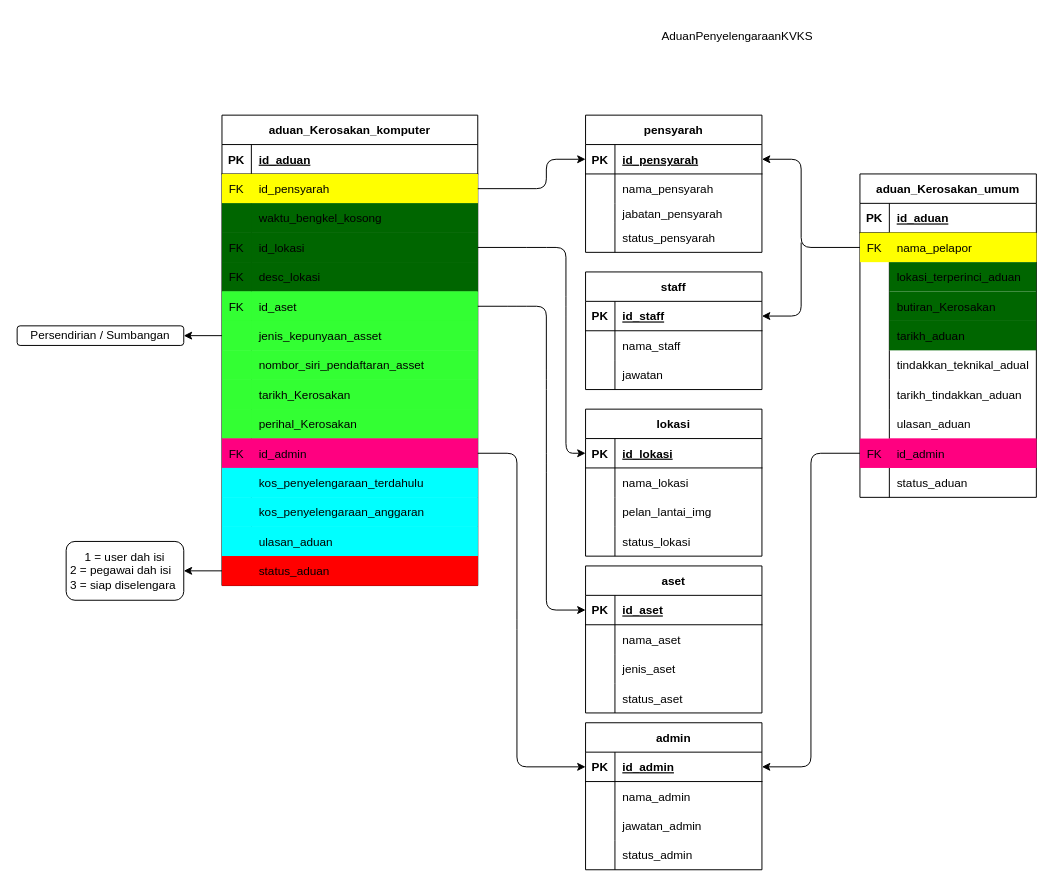
Danialdev01/AduanPenyelengaraanKVKS keeps this draw.io diagram as src/documentation/erd.drawio. Above is the earlier version. Source tidied: cells renumbered, new cells numbered last; positions are measured from the earlier drawing's top-left corner, leaving out a move shared by most shapes. Both pictures are drawn from the tidied source at 98%, with x=0, y=0 at pixel (17, 17).
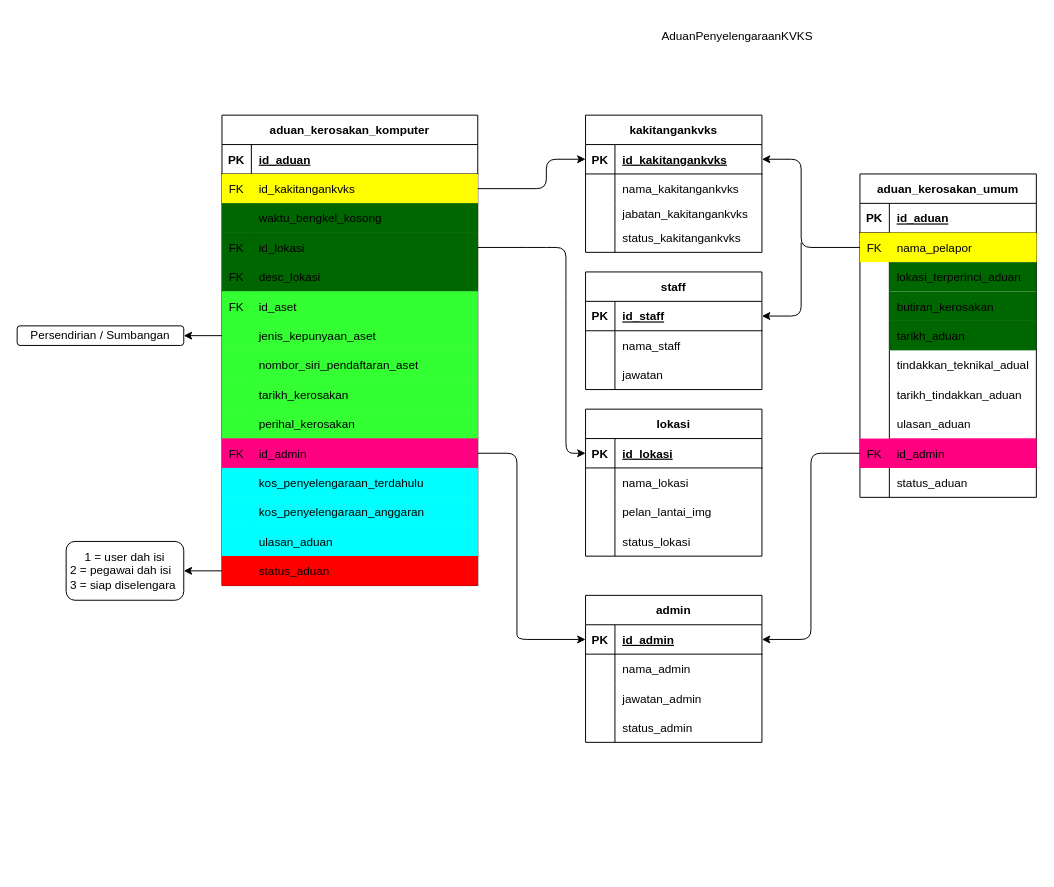
Above is the later version.

The change refers to these unchanged cells:
```xml
<mxCell id="8" style="shape=tableRow;horizontal=0;startSize=0;swimlaneHead=0;swimlaneBody=0;fillColor=#FFFF00;points=[[0,0.5],[1,0.5]];portConstraint=eastwest;top=0;left=0;right=0;bottom=0;" parent="4" vertex="1">
  <mxGeometry y="60" width="261" height="30" as="geometry" />
</mxCell>
<mxCell id="20" style="shape=tableRow;horizontal=0;startSize=0;swimlaneHead=0;swimlaneBody=0;fillColor=#33FF33;points=[[0,0.5],[1,0.5]];portConstraint=eastwest;top=0;left=0;right=0;bottom=0;" parent="4" vertex="1">
  <mxGeometry y="180" width="261" height="30" as="geometry" />
</mxCell>
<mxCell id="23" style="shape=tableRow;horizontal=0;startSize=0;swimlaneHead=0;swimlaneBody=0;fillColor=#33FF33;points=[[0,0.5],[1,0.5]];portConstraint=eastwest;top=0;left=0;right=0;bottom=0;" parent="4" vertex="1">
  <mxGeometry y="210" width="261" height="30" as="geometry" />
</mxCell>
<mxCell id="26" style="shape=tableRow;horizontal=0;startSize=0;swimlaneHead=0;swimlaneBody=0;fillColor=#33FF33;top=0;left=0;right=0;bottom=0;" parent="4" vertex="1">
  <mxGeometry y="240" width="261" height="30" as="geometry" />
</mxCell>
<mxCell id="29" style="shape=tableRow;horizontal=0;startSize=0;swimlaneHead=0;swimlaneBody=0;fillColor=#33FF33;top=0;left=0;right=0;bottom=0;" parent="4" vertex="1">
  <mxGeometry y="270" width="261" height="30" as="geometry" />
</mxCell>
<mxCell id="32" style="shape=tableRow;horizontal=0;startSize=0;swimlaneHead=0;swimlaneBody=0;fillColor=#33FF33;top=0;left=0;right=0;bottom=0;" parent="4" vertex="1">
  <mxGeometry y="300" width="261" height="30" as="geometry" />
</mxCell>
<mxCell id="35" style="shape=tableRow;horizontal=0;startSize=0;swimlaneHead=0;swimlaneBody=0;fillColor=#FF0080;points=[[0,0.5],[1,0.5]];portConstraint=eastwest;top=0;left=0;right=0;bottom=0;" parent="4" vertex="1">
  <mxGeometry y="330" width="261" height="30" as="geometry" />
</mxCell>
<mxCell id="51" style="shape=tableRow;horizontal=0;startSize=0;swimlaneHead=0;swimlaneBody=0;fillColor=none;points=[[0,0.5],[1,0.5]];portConstraint=eastwest;top=0;left=0;right=0;bottom=1;" parent="50" vertex="1">
  <mxGeometry y="30" width="180" height="30" as="geometry" />
</mxCell>
<mxCell id="54" style="shape=tableRow;horizontal=0;startSize=0;swimlaneHead=0;swimlaneBody=0;fillColor=none;top=0;left=0;right=0;bottom=0;" parent="50" vertex="1">
  <mxGeometry y="60" width="180" height="30" as="geometry" />
</mxCell>
<mxCell id="57" style="shape=tableRow;horizontal=0;startSize=0;swimlaneHead=0;swimlaneBody=0;fillColor=none;top=0;left=0;right=0;bottom=0;" parent="50" vertex="1">
  <mxGeometry y="90" width="180" height="20" as="geometry" />
</mxCell>
<mxCell id="60" style="shape=tableRow;horizontal=0;startSize=0;swimlaneHead=0;swimlaneBody=0;fillColor=none;top=0;left=0;right=0;bottom=0;" parent="50" vertex="1">
  <mxGeometry y="110" width="180" height="30" as="geometry" />
</mxCell>
<mxCell id="65" style="shape=tableRow;horizontal=0;startSize=0;swimlaneHead=0;swimlaneBody=0;fillColor=none;points=[[0,0.5],[1,0.5]];portConstraint=eastwest;top=0;left=0;right=0;bottom=1;" parent="64" vertex="1">
  <mxGeometry y="30" width="180" height="30" as="geometry" />
</mxCell>
<mxCell id="119" style="shape=tableRow;horizontal=0;startSize=0;swimlaneHead=0;swimlaneBody=0;fillColor=none;top=0;left=0;right=0;bottom=0;" parent="109" vertex="1">
  <mxGeometry y="120" width="180" height="30" as="geometry" />
</mxCell>
<mxCell id="134" style="shape=tableRow;horizontal=0;startSize=0;swimlaneHead=0;swimlaneBody=0;fillColor=#FF0080;points=[[0,0.5],[1,0.5]];portConstraint=eastwest;top=0;left=0;right=0;bottom=0;" parent="109" vertex="1">
  <mxGeometry y="270" width="180" height="30" as="geometry" />
</mxCell>
```

The edit, as a diff of the source:
```diff
@@
-    <mxCell id="4" value="aduan_Kerosakan_komputer" style="shape=table;startSize=30;childLayout=tableLayout;rowLines=0;fontStyle=1;align=center;" parent="1" vertex="1">
+    <mxCell id="4" value="aduan_kerosakan_komputer" style="shape=table;startSize=30;childLayout=tableLayout;rowLines=0;fontStyle=1;align=center;" parent="1" vertex="1">
       <mxGeometry x="209" y="100" width="261" height="480" as="geometry" />
     </mxCell>
@@
-    <mxCell id="10" value="id_pensyarah" style="shape=partialRectangle;fillColor=#FFFF00;top=0;left=0;bottom=0;right=0;align=left;spacingLeft=6;overflow=hidden;" parent="8" vertex="1">
+    <mxCell id="10" value="id_kakitangankvks" style="shape=partialRectangle;fillColor=#FFFF00;top=0;left=0;bottom=0;right=0;align=left;spacingLeft=6;overflow=hidden;" parent="8" vertex="1">
       <mxGeometry x="30" width="231" height="30" as="geometry" />
     </mxCell>
@@
-    <mxCell id="25" value="jenis_kepunyaan_asset" style="shape=partialRectangle;fillColor=#33FF33;top=0;left=0;bottom=0;right=0;align=left;spacingLeft=6;overflow=hidden;" parent="23" vertex="1">
+    <mxCell id="25" value="jenis_kepunyaan_aset" style="shape=partialRectangle;fillColor=#33FF33;top=0;left=0;bottom=0;right=0;align=left;spacingLeft=6;overflow=hidden;" parent="23" vertex="1">
       <mxGeometry x="30" width="231" height="30" as="geometry" />
     </mxCell>
@@
-    <mxCell id="28" value="nombor_siri_pendaftaran_asset" style="shape=partialRectangle;fillColor=#33FF33;top=0;left=0;bottom=0;right=0;align=left;spacingLeft=6;overflow=hidden;" parent="26" vertex="1">
+    <mxCell id="28" value="nombor_siri_pendaftaran_aset" style="shape=partialRectangle;fillColor=#33FF33;top=0;left=0;bottom=0;right=0;align=left;spacingLeft=6;overflow=hidden;" parent="26" vertex="1">
       <mxGeometry x="30" width="231" height="30" as="geometry" />
     </mxCell>
@@
-    <mxCell id="31" value="tarikh_Kerosakan" style="shape=partialRectangle;fillColor=#33FF33;top=0;left=0;bottom=0;right=0;align=left;spacingLeft=6;overflow=hidden;" parent="29" vertex="1">
+    <mxCell id="31" value="tarikh_kerosakan" style="shape=partialRectangle;fillColor=#33FF33;top=0;left=0;bottom=0;right=0;align=left;spacingLeft=6;overflow=hidden;" parent="29" vertex="1">
       <mxGeometry x="30" width="231" height="30" as="geometry" />
     </mxCell>
@@
-    <mxCell id="34" value="perihal_Kerosakan" style="shape=partialRectangle;fillColor=#33FF33;top=0;left=0;bottom=0;right=0;align=left;spacingLeft=6;overflow=hidden;" parent="32" vertex="1">
+    <mxCell id="34" value="perihal_kerosakan" style="shape=partialRectangle;fillColor=#33FF33;top=0;left=0;bottom=0;right=0;align=left;spacingLeft=6;overflow=hidden;" parent="32" vertex="1">
       <mxGeometry x="30" width="231" height="30" as="geometry" />
     </mxCell>
@@
-    <mxCell id="50" value="pensyarah" style="shape=table;startSize=30;childLayout=tableLayout;rowLines=0;fontStyle=1;align=center;" parent="1" vertex="1">
+    <mxCell id="50" value="kakitangankvks" style="shape=table;startSize=30;childLayout=tableLayout;rowLines=0;fontStyle=1;align=center;" parent="1" vertex="1">
       <mxGeometry x="580" y="100" width="180" height="140" as="geometry" />
     </mxCell>
@@
-    <mxCell id="53" value="id_pensyarah" style="shape=partialRectangle;fillColor=none;top=0;left=0;bottom=0;right=0;align=left;spacingLeft=6;fontStyle=5;overflow=hidden;" parent="51" vertex="1">
+    <mxCell id="53" value="id_kakitangankvks" style="shape=partialRectangle;fillColor=none;top=0;left=0;bottom=0;right=0;align=left;spacingLeft=6;fontStyle=5;overflow=hidden;" parent="51" vertex="1">
       <mxGeometry x="30" width="150" height="30" as="geometry" />
     </mxCell>
@@
-    <mxCell id="56" value="nama_pensyarah" style="shape=partialRectangle;fillColor=none;top=0;left=0;bottom=0;right=0;align=left;spacingLeft=6;overflow=hidden;" parent="54" vertex="1">
+    <mxCell id="56" value="nama_kakitangankvks" style="shape=partialRectangle;fillColor=none;top=0;left=0;bottom=0;right=0;align=left;spacingLeft=6;overflow=hidden;" parent="54" vertex="1">
       <mxGeometry x="30" width="150" height="30" as="geometry" />
     </mxCell>
@@
-    <mxCell id="59" value="jabatan_pensyarah" style="shape=partialRectangle;fillColor=none;top=0;left=0;bottom=0;right=0;align=left;spacingLeft=6;overflow=hidden;" parent="57" vertex="1">
+    <mxCell id="59" value="jabatan_kakitangankvks" style="shape=partialRectangle;fillColor=none;top=0;left=0;bottom=0;right=0;align=left;spacingLeft=6;overflow=hidden;" parent="57" vertex="1">
       <mxGeometry x="30" width="150" height="20" as="geometry" />
     </mxCell>
@@
-    <mxCell id="62" value="status_pensyarah" style="shape=partialRectangle;fillColor=none;top=0;left=0;bottom=0;right=0;align=left;spacingLeft=6;overflow=hidden;" parent="60" vertex="1">
+    <mxCell id="62" value="status_kakitangankvks" style="shape=partialRectangle;fillColor=none;top=0;left=0;bottom=0;right=0;align=left;spacingLeft=6;overflow=hidden;" parent="60" vertex="1">
       <mxGeometry x="30" width="150" height="30" as="geometry" />
     </mxCell>
@@
     <mxCell id="64" value="admin" style="shape=table;startSize=30;childLayout=tableLayout;rowLines=0;fontStyle=1;align=center;fillColor=#FFFFFF;" parent="1" vertex="1">
-      <mxGeometry x="580" y="720" width="180" height="150" as="geometry" />
+      <mxGeometry x="580" y="590" width="180" height="150" as="geometry" />
     </mxCell>
@@
     <mxCell id="77" style="edgeStyle=none;html=1;exitX=1;exitY=0.5;exitDx=0;exitDy=0;entryX=0;entryY=0.5;entryDx=0;entryDy=0;" parent="1" edge="1" source="35" target="65">
       <mxGeometry relative="1" as="geometry">
         <Array as="points">
           <mxPoint x="510" y="445" />
           <mxPoint x="510" y="615" />
-          <mxPoint x="510" y="765" />
+          <mxPoint x="510" y="635" />
         </Array>
       </mxGeometry>
     </mxCell>
@@
-    <mxCell id="94" value="aset" style="shape=table;startSize=30;childLayout=tableLayout;rowLines=0;fontStyle=1;align=center;fillColor=#FFFFFF;" parent="1" vertex="1">
-      <mxGeometry x="580" y="560" width="180" height="150" as="geometry" />
-    </mxCell>
-    <mxCell id="95" style="shape=tableRow;horizontal=0;startSize=0;swimlaneHead=0;swimlaneBody=0;fillColor=none;points=[[0,0.5],[1,0.5]];portConstraint=eastwest;top=0;left=0;right=0;bottom=1;" parent="94" vertex="1">
-      <mxGeometry y="30" width="180" height="30" as="geometry" />
-    </mxCell>
-    <mxCell id="96" value="PK" style="shape=partialRectangle;fillColor=none;top=0;left=0;bottom=0;right=0;fontStyle=1;overflow=hidden;" parent="95" vertex="1">
-      <mxGeometry width="30" height="30" as="geometry" />
-    </mxCell>
-    <mxCell id="97" value="id_aset" style="shape=partialRectangle;fillColor=none;top=0;left=0;bottom=0;right=0;align=left;spacingLeft=6;fontStyle=5;overflow=hidden;" parent="95" vertex="1">
-      <mxGeometry x="30" width="150" height="30" as="geometry" />
-    </mxCell>
-    <mxCell id="98" style="shape=tableRow;horizontal=0;startSize=0;swimlaneHead=0;swimlaneBody=0;fillColor=none;top=0;left=0;right=0;bottom=0;" parent="94" vertex="1">
-      <mxGeometry y="60" width="180" height="30" as="geometry" />
-    </mxCell>
-    <mxCell id="99" style="shape=partialRectangle;fillColor=none;top=0;left=0;bottom=0;right=0;overflow=hidden;" parent="98" vertex="1">
-      <mxGeometry width="30" height="30" as="geometry" />
-    </mxCell>
-    <mxCell id="100" value="nama_aset" style="shape=partialRectangle;fillColor=none;top=0;left=0;bottom=0;right=0;align=left;spacingLeft=6;overflow=hidden;" parent="98" vertex="1">
-      <mxGeometry x="30" width="150" height="30" as="geometry" />
-    </mxCell>
-    <mxCell id="101" style="shape=tableRow;horizontal=0;startSize=0;swimlaneHead=0;swimlaneBody=0;fillColor=none;top=0;left=0;right=0;bottom=0;" parent="94" vertex="1">
-      <mxGeometry y="90" width="180" height="30" as="geometry" />
-    </mxCell>
-    <mxCell id="102" style="shape=partialRectangle;fillColor=none;top=0;left=0;bottom=0;right=0;overflow=hidden;" parent="101" vertex="1">
-      <mxGeometry width="30" height="30" as="geometry" />
-    </mxCell>
-    <mxCell id="103" value="jenis_aset" style="shape=partialRectangle;fillColor=none;top=0;left=0;bottom=0;right=0;align=left;spacingLeft=6;overflow=hidden;" parent="101" vertex="1">
-      <mxGeometry x="30" width="150" height="30" as="geometry" />
-    </mxCell>
-    <mxCell id="104" style="shape=tableRow;horizontal=0;startSize=0;swimlaneHead=0;swimlaneBody=0;fillColor=none;top=0;left=0;right=0;bottom=0;" parent="94" vertex="1">
-      <mxGeometry y="120" width="180" height="30" as="geometry" />
-    </mxCell>
-    <mxCell id="105" style="shape=partialRectangle;fillColor=none;top=0;left=0;bottom=0;right=0;overflow=hidden;" parent="104" vertex="1">
-      <mxGeometry width="30" height="30" as="geometry" />
-    </mxCell>
-    <mxCell id="106" value="status_aset" style="shape=partialRectangle;fillColor=none;top=0;left=0;bottom=0;right=0;align=left;spacingLeft=6;overflow=hidden;" parent="104" vertex="1">
-      <mxGeometry x="30" width="150" height="30" as="geometry" />
-    </mxCell>
-    <mxCell id="107" style="edgeStyle=none;html=1;exitX=1;exitY=0.5;exitDx=0;exitDy=0;entryX=0;entryY=0.5;entryDx=0;entryDy=0;" parent="1" edge="1" source="20" target="95">
-      <mxGeometry relative="1" as="geometry">
-        <Array as="points">
-          <mxPoint x="510" y="295" />
-          <mxPoint x="540" y="295" />
-          <mxPoint x="540" y="370" />
-          <mxPoint x="540" y="455" />
-          <mxPoint x="540" y="605" />
-        </Array>
-      </mxGeometry>
-    </mxCell>
@@
-    <mxCell id="109" value="aduan_Kerosakan_umum" style="shape=table;startSize=30;childLayout=tableLayout;rowLines=0;fontStyle=1;align=center;" parent="1" vertex="1">
+    <mxCell id="109" value="aduan_kerosakan_umum" style="shape=table;startSize=30;childLayout=tableLayout;rowLines=0;fontStyle=1;align=center;" parent="1" vertex="1">
       <mxGeometry x="860" y="160" width="180" height="330" as="geometry" />
     </mxCell>
@@
-    <mxCell id="121" value="butiran_Kerosakan" style="shape=partialRectangle;fillColor=#006600;top=0;left=0;bottom=0;right=0;align=left;spacingLeft=6;overflow=hidden;" parent="119" vertex="1">
+    <mxCell id="121" value="butiran_kerosakan" style="shape=partialRectangle;fillColor=#006600;top=0;left=0;bottom=0;right=0;align=left;spacingLeft=6;overflow=hidden;" parent="119" vertex="1">
       <mxGeometry x="30" width="150" height="30" as="geometry" />
     </mxCell>
@@
     <mxCell id="152" style="edgeStyle=none;html=1;exitX=0;exitY=0.5;exitDx=0;exitDy=0;entryX=1;entryY=0.5;entryDx=0;entryDy=0;" parent="1" edge="1" source="134" target="65">
       <mxGeometry relative="1" as="geometry">
         <Array as="points">
           <mxPoint x="810" y="445" />
-          <mxPoint x="810" y="765" />
+          <mxPoint x="810" y="635" />
         </Array>
       </mxGeometry>
     </mxCell>
```
